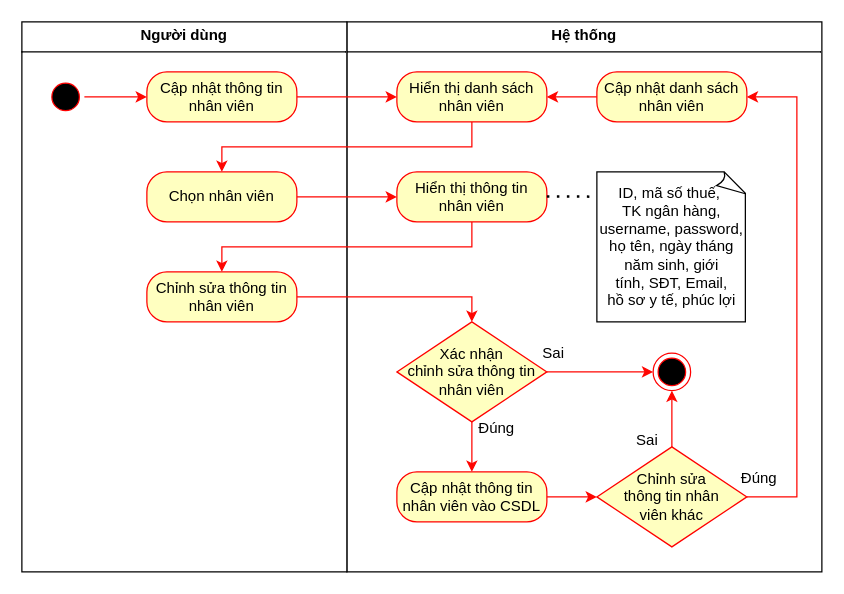
Earlier version of the draw.io diagram Sơ đồ hoạt động UC cập nhật thông tin nhân viên.drawio (HaojackYT/DAA_SA). Source tidied: cells renumbered, new cells numbered last; positions are measured from the earlier drawing's top-left corner, leaving out a move shared by most shapes. Both pictures are drawn from the tidied source at 125%, with x=0, y=0 at pixel (21, 21).
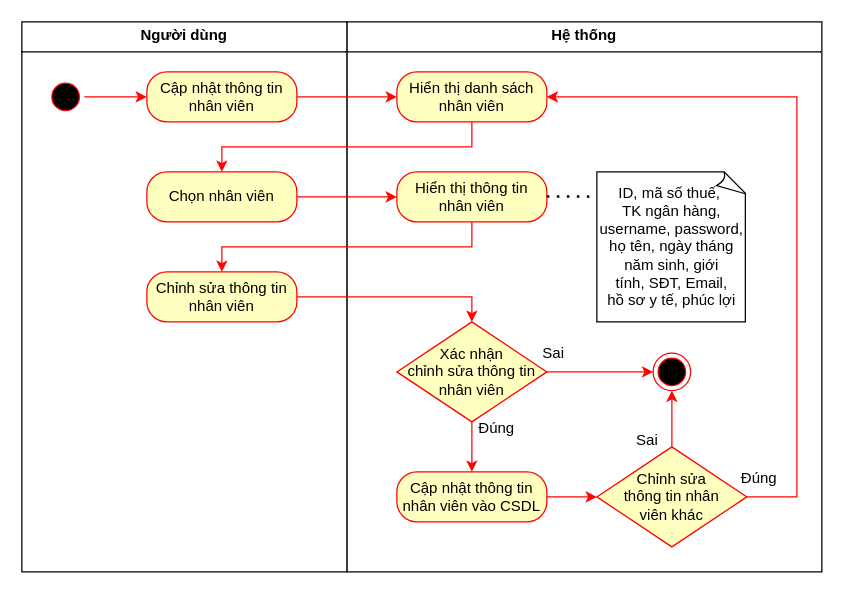
After the change.

Unchanged cells that the change refers to:
```xml
<mxCell id="9" value="Hiển thị danh sách nhân viên" style="rounded=1;whiteSpace=wrap;html=1;arcSize=40;fontColor=#000000;fillColor=#ffffc0;strokeColor=#ff0000;" parent="1" vertex="1">
  <mxGeometry x="300" y="40" width="120" height="40" as="geometry" />
</mxCell>
<mxCell id="24" value="Chỉnh sửa&lt;br&gt;thông tin nhân&lt;br&gt;viên khác" style="rhombus;whiteSpace=wrap;html=1;fontColor=#000000;fillColor=#ffffc0;strokeColor=#FF0000;" parent="1" vertex="1">
  <mxGeometry x="460" y="340" width="120" height="80" as="geometry" />
</mxCell>
```

What changed in the source:
```diff
@@
-    <mxCell id="23" style="edgeStyle=orthogonalEdgeStyle;rounded=0;jettySize=auto;html=1;entryX=1;entryY=0.5;entryDx=0;entryDy=0;strokeColor=light-dark(#FF0500,#FFFFFF);" parent="1" edge="1" source="24" target="26">
+    <mxCell id="23" style="edgeStyle=orthogonalEdgeStyle;rounded=0;jettySize=auto;html=1;entryX=1;entryY=0.5;entryDx=0;entryDy=0;strokeColor=light-dark(#FF0500,#FFFFFF);" parent="1" edge="1" source="24" target="9">
       <mxGeometry relative="1" as="geometry">
         <Array as="points">
           <mxPoint x="620" y="380" />
           <mxPoint x="620" y="60" />
         </Array>
       </mxGeometry>
     </mxCell>
@@
-    <mxCell id="25" style="edgeStyle=orthogonalEdgeStyle;rounded=0;jettySize=auto;html=1;strokeColor=light-dark(#FF0500,#FFFFFF);" parent="1" edge="1" source="26" target="9">
-      <mxGeometry relative="1" as="geometry" />
-    </mxCell>
-    <mxCell id="26" value="Cập nhật danh sách&lt;br&gt;nhân viên" style="rounded=1;whiteSpace=wrap;html=1;arcSize=40;fontColor=#000000;fillColor=#ffffc0;strokeColor=#ff0000;" parent="1" vertex="1">
-      <mxGeometry x="460" y="40" width="120" height="40" as="geometry" />
-    </mxCell>
```
